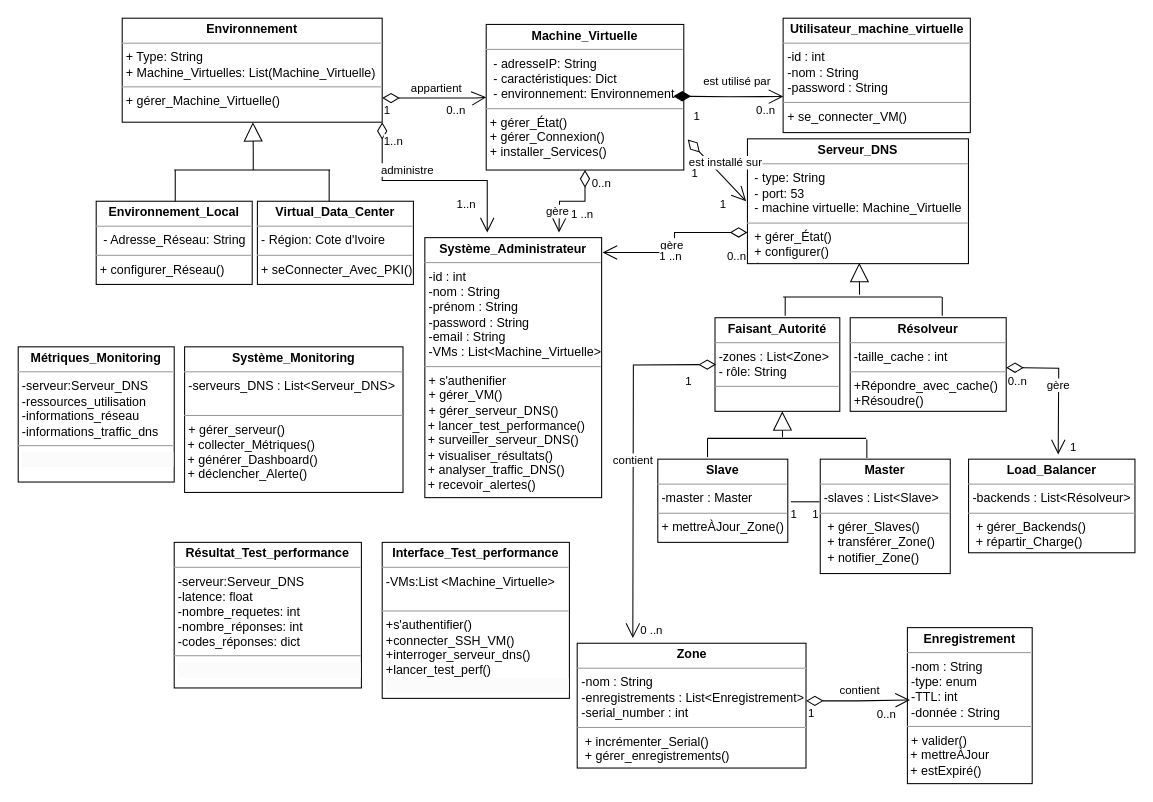
Above: Diagramme sans nom.drawio in eya-harbaoui/Diagramms (draw.io), before the change. Source tidied: cells renumbered, new cells numbered last; positions are measured from the earlier drawing's top-left corner, leaving out a move shared by most shapes. Both pictures are drawn from the tidied source at 104%, with x=0, y=0 at pixel (18, 18).
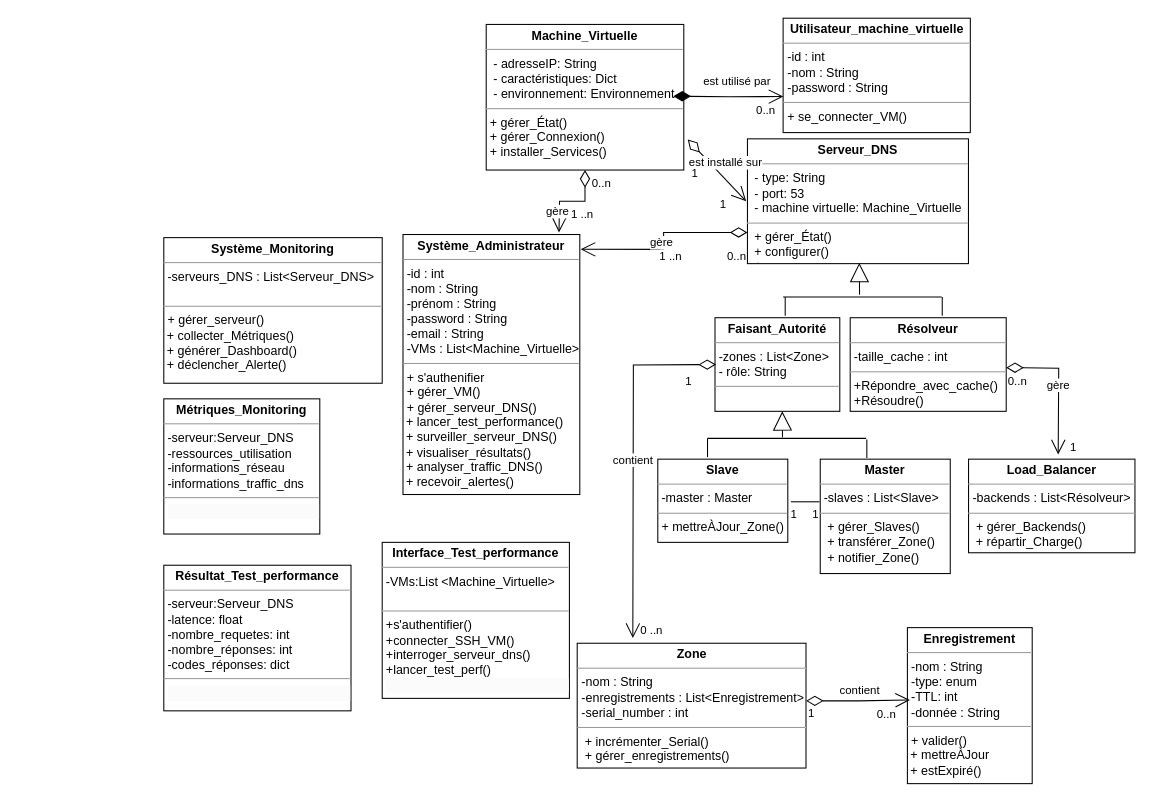
After the change.

Commit message:
Mettre à jour Diagramme sans nom.drawio

Unchanged cells that the change refers to:
```xml
<mxCell id="5" value="&lt;p style=&quot;margin:0px;margin-top:4px;text-align:center;&quot;&gt;&lt;b&gt;Machine_Virtuelle&lt;/b&gt;&lt;/p&gt;&lt;hr size=&quot;1&quot;&gt;&lt;p style=&quot;margin:0px;margin-left:4px;&quot;&gt;&amp;nbsp;- adresseIP: String&lt;br&gt;&lt;/p&gt;&lt;p style=&quot;margin:0px;margin-left:4px;&quot;&gt;&amp;nbsp;- caractéristiques: Dict&lt;/p&gt;&lt;p style=&quot;margin:0px;margin-left:4px;&quot;&gt;&amp;nbsp;- environnement: Environnement&lt;br&gt;&lt;/p&gt;&lt;hr size=&quot;1&quot;&gt;&lt;p style=&quot;margin:0px;margin-left:4px;&quot;&gt;+ gérer_État()&lt;/p&gt;&lt;p style=&quot;margin:0px;margin-left:4px;&quot;&gt;+ gérer_Connexion()&lt;/p&gt;&lt;p style=&quot;margin:0px;margin-left:4px;&quot;&gt;+ installer_Services()&lt;br&gt;&lt;/p&gt;" style="verticalAlign=top;align=left;overflow=fill;fontSize=12;fontFamily=Helvetica;html=1;rounded=0;shadow=0;comic=0;labelBackgroundColor=none;strokeWidth=1;" parent="1" vertex="1">
  <mxGeometry x="450" y="6" width="190" height="140" as="geometry" />
</mxCell>
```

Change to the diagram source:
```diff
@@
-    <mxCell id="2" value="&lt;p style=&quot;margin:0px;margin-top:4px;text-align:center;&quot;&gt;&lt;b&gt;Environnement&lt;/b&gt;&lt;/p&gt;&lt;hr size=&quot;1&quot;&gt;&lt;p style=&quot;margin:0px;margin-left:4px;&quot;&gt;+ Type: String&lt;br&gt;+ Machine_Virtuelles: List(Machine_Virtuelle)&lt;/p&gt;&lt;hr size=&quot;1&quot;&gt;&lt;p style=&quot;margin:0px;margin-left:4px;&quot;&gt;+ gérer_Machine_Virtuelle()&lt;br&gt;&lt;/p&gt;" style="verticalAlign=top;align=left;overflow=fill;fontSize=12;fontFamily=Helvetica;html=1;rounded=0;shadow=0;comic=0;labelBackgroundColor=none;strokeWidth=1;" parent="1" vertex="1">
-      <mxGeometry x="100" width="250" height="100" as="geometry" />
-    </mxCell>
-    <mxCell id="3" value="&lt;p style=&quot;margin:0px;margin-top:4px;text-align:center;&quot;&gt;&lt;b&gt;Environnement_Local&lt;/b&gt;&lt;/p&gt;&lt;hr size=&quot;1&quot;&gt;&lt;p style=&quot;margin:0px;margin-left:4px;&quot;&gt;&amp;nbsp;- Adresse_Réseau: String&lt;br&gt;&lt;/p&gt;&lt;hr size=&quot;1&quot;&gt;&lt;p style=&quot;margin:0px;margin-left:4px;&quot;&gt;+ configurer_Réseau()&lt;br&gt;&lt;br&gt;&lt;/p&gt;" style="verticalAlign=top;align=left;overflow=fill;fontSize=12;fontFamily=Helvetica;html=1;rounded=0;shadow=0;comic=0;labelBackgroundColor=none;strokeWidth=1;" parent="1" vertex="1">
-      <mxGeometry x="75" y="176" width="150" height="80" as="geometry" />
-    </mxCell>
-    <mxCell id="4" value="&lt;p style=&quot;margin:0px;margin-top:4px;text-align:center;&quot;&gt;&lt;b&gt;Virtual_Data_Center&lt;/b&gt;&lt;/p&gt;&lt;hr size=&quot;1&quot;&gt;&lt;p style=&quot;margin:0px;margin-left:4px;&quot;&gt;- Région: Cote d'Ivoire&lt;br&gt;&lt;/p&gt;&lt;hr size=&quot;1&quot;&gt;&lt;p style=&quot;margin:0px;margin-left:4px;&quot;&gt;+ seConnecter_Avec_PKI()&lt;br&gt;&lt;/p&gt;" style="verticalAlign=top;align=left;overflow=fill;fontSize=12;fontFamily=Helvetica;html=1;rounded=0;shadow=0;comic=0;labelBackgroundColor=none;strokeWidth=1;" parent="1" vertex="1">
-      <mxGeometry x="230" y="176" width="150" height="80" as="geometry" />
-    </mxCell>
@@
     <mxCell id="14" value="&lt;p style=&quot;margin:0px;margin-top:4px;text-align:center;&quot;&gt;&lt;b&gt;Système_Monitoring&lt;/b&gt;&lt;/p&gt;&lt;hr size=&quot;1&quot;&gt;&lt;p style=&quot;margin:0px;margin-left:4px;&quot;&gt;-serveurs_DNS : List&amp;lt;Serveur_DNS&amp;gt;&lt;/p&gt;&lt;p style=&quot;margin:0px;margin-left:4px;&quot;&gt;&lt;br&gt;&lt;/p&gt;&lt;hr size=&quot;1&quot;&gt;&lt;p style=&quot;margin:0px;margin-left:4px;&quot;&gt;&lt;span style=&quot;text-wrap: wrap; background-color: initial;&quot;&gt;+ gérer_serveur()&lt;/span&gt;&lt;/p&gt;&lt;span style=&quot;text-wrap: wrap;&quot;&gt;&amp;nbsp;+ collecter_Métriques()&lt;br&gt;&lt;/span&gt;&lt;span style=&quot;text-wrap: wrap;&quot;&gt;&amp;nbsp;+ générer_Dashboard()&lt;/span&gt;&lt;div&gt;&lt;span style=&quot;text-wrap: wrap;&quot;&gt;&amp;nbsp;+ déclencher_Alerte()&lt;/span&gt;&lt;/div&gt;" style="verticalAlign=top;align=left;overflow=fill;fontSize=12;fontFamily=Helvetica;html=1;rounded=0;shadow=0;comic=0;labelBackgroundColor=none;strokeWidth=1;" parent="1" vertex="1">
-      <mxGeometry x="160" y="316" width="210" height="140" as="geometry" />
+      <mxGeometry x="140" y="211" width="210" height="140" as="geometry" />
     </mxCell>
     <mxCell id="15" value="&lt;p style=&quot;margin:0px;margin-top:4px;text-align:center;&quot;&gt;&lt;b&gt;Système_Administrateur&lt;/b&gt;&lt;/p&gt;&lt;hr size=&quot;1&quot;&gt;&lt;p style=&quot;margin:0px;margin-left:4px;&quot;&gt;-id : int&lt;/p&gt;&lt;p style=&quot;margin:0px;margin-left:4px;&quot;&gt;-nom : String&lt;/p&gt;&lt;p style=&quot;margin:0px;margin-left:4px;&quot;&gt;-prénom : String&lt;/p&gt;&lt;p style=&quot;margin:0px;margin-left:4px;&quot;&gt;-password : String&lt;/p&gt;&lt;p style=&quot;margin:0px;margin-left:4px;&quot;&gt;-email : String&lt;/p&gt;&lt;p style=&quot;margin:0px;margin-left:4px;&quot;&gt;-VMs : List&amp;lt;Machine_Virtuelle&amp;gt;&lt;/p&gt;&lt;hr size=&quot;1&quot;&gt;&lt;p style=&quot;margin:0px;margin-left:4px;&quot;&gt;&lt;span style=&quot;forced-color-adjust: none; color: rgb(0, 0, 0); font-family: Helvetica; font-size: 12px; font-style: normal; font-variant-ligatures: normal; font-variant-caps: normal; font-weight: 400; letter-spacing: normal; orphans: 2; text-align: left; text-indent: 0px; text-transform: none; widows: 2; word-spacing: 0px; -webkit-text-stroke-width: 0px; white-space: normal; background-color: rgb(251, 251, 251); text-decoration-thickness: initial; text-decoration-style: initial; text-decoration-color: initial;&quot;&gt;&lt;/span&gt;&lt;/p&gt;&lt;p style=&quot;forced-color-adjust: none; color: rgb(0, 0, 0); font-family: Helvetica; font-size: 12px; font-style: normal; font-variant-ligatures: normal; font-variant-caps: normal; font-weight: 400; letter-spacing: normal; orphans: 2; text-align: left; text-indent: 0px; text-transform: none; widows: 2; word-spacing: 0px; -webkit-text-stroke-width: 0px; white-space: nowrap; text-decoration-thickness: initial; text-decoration-style: initial; text-decoration-color: initial; margin: 0px 0px 0px 4px;&quot;&gt;&lt;span style=&quot;forced-color-adjust: none; text-wrap: wrap;&quot;&gt;+ s'authenifier&lt;/span&gt;&lt;/p&gt;&lt;p style=&quot;forced-color-adjust: none; color: rgb(0, 0, 0); font-family: Helvetica; font-size: 12px; font-style: normal; font-variant-ligatures: normal; font-variant-caps: normal; font-weight: 400; letter-spacing: normal; orphans: 2; text-align: left; text-indent: 0px; text-transform: none; widows: 2; word-spacing: 0px; -webkit-text-stroke-width: 0px; white-space: nowrap; text-decoration-thickness: initial; text-decoration-style: initial; text-decoration-color: initial; margin: 0px 0px 0px 4px;&quot;&gt;&lt;span style=&quot;forced-color-adjust: none; text-wrap: wrap;&quot;&gt;+ gérer_VM()&lt;/span&gt;&lt;/p&gt;&lt;p style=&quot;margin:0px;margin-left:4px;&quot;&gt;&lt;span style=&quot;text-wrap: wrap;&quot;&gt;+ gérer_serveur_DNS()&lt;/span&gt;&lt;/p&gt;&lt;span style=&quot;text-wrap: wrap;&quot;&gt;&amp;nbsp;+ lancer_test_performance()&lt;br&gt;&lt;/span&gt;&lt;span style=&quot;text-wrap: wrap;&quot;&gt;&amp;nbsp;+ surveiller_serveur_DNS()&lt;/span&gt;&lt;div&gt;&lt;span style=&quot;text-wrap: wrap;&quot;&gt;&amp;nbsp;+ visualiser_résultats()&lt;/span&gt;&lt;/div&gt;&lt;div&gt;&lt;span style=&quot;text-wrap: wrap;&quot;&gt;&amp;nbsp;+ analyser_traffic_DNS()&lt;/span&gt;&lt;span style=&quot;text-wrap: wrap;&quot;&gt;&lt;br&gt;&lt;/span&gt;&lt;/div&gt;&lt;div&gt;&lt;span style=&quot;text-wrap: wrap;&quot;&gt;&amp;nbsp;+ recevoir_alertes()&lt;/span&gt;&lt;/div&gt;" style="verticalAlign=top;align=left;overflow=fill;fontSize=12;fontFamily=Helvetica;html=1;rounded=0;shadow=0;comic=0;labelBackgroundColor=none;strokeWidth=1;" parent="1" vertex="1">
-      <mxGeometry x="391" y="211" width="170" height="250" as="geometry" />
+      <mxGeometry x="370" y="208" width="170" height="250" as="geometry" />
     </mxCell>
@@
     <mxCell id="17" value="&lt;p style=&quot;margin:0px;margin-top:4px;text-align:center;&quot;&gt;&lt;b&gt;Résultat_Test_performance&lt;/b&gt;&lt;/p&gt;&lt;hr size=&quot;1&quot;&gt;&lt;p style=&quot;margin:0px;margin-left:4px;&quot;&gt;-serveur:Serveur_DNS&lt;/p&gt;&lt;p style=&quot;margin:0px;margin-left:4px;&quot;&gt;-latence: float&lt;/p&gt;&lt;p style=&quot;margin:0px;margin-left:4px;&quot;&gt;&lt;span style=&quot;background-color: initial;&quot;&gt;-nombre_requetes: int&lt;/span&gt;&lt;br&gt;&lt;/p&gt;&lt;p style=&quot;margin: 0px 0px 0px 4px;&quot;&gt;-nombre_réponses: int&lt;/p&gt;&lt;p style=&quot;margin: 0px 0px 0px 4px;&quot;&gt;-codes_réponses: dict&lt;/p&gt;&lt;hr size=&quot;1&quot;&gt;&lt;p style=&quot;margin:0px;margin-left:4px;&quot;&gt;&lt;span style=&quot;forced-color-adjust: none; color: rgb(0, 0, 0); font-family: Helvetica; font-size: 12px; font-style: normal; font-variant-ligatures: normal; font-variant-caps: normal; font-weight: 400; letter-spacing: normal; orphans: 2; text-align: left; text-indent: 0px; text-transform: none; widows: 2; word-spacing: 0px; -webkit-text-stroke-width: 0px; white-space: normal; background-color: rgb(251, 251, 251); text-decoration-thickness: initial; text-decoration-style: initial; text-decoration-color: initial;&quot;&gt;&lt;/span&gt;&lt;/p&gt;&lt;p style=&quot;forced-color-adjust: none; color: rgb(0, 0, 0); font-family: Helvetica; font-size: 12px; font-style: normal; font-variant-ligatures: normal; font-variant-caps: normal; font-weight: 400; letter-spacing: normal; orphans: 2; text-align: left; text-indent: 0px; text-transform: none; widows: 2; word-spacing: 0px; -webkit-text-stroke-width: 0px; white-space: nowrap; background-color: rgb(251, 251, 251); text-decoration-thickness: initial; text-decoration-style: initial; text-decoration-color: initial; margin: 0px 0px 0px 4px;&quot;&gt;&lt;br&gt;&lt;/p&gt;" style="verticalAlign=top;align=left;overflow=fill;fontSize=12;fontFamily=Helvetica;html=1;rounded=0;shadow=0;comic=0;labelBackgroundColor=none;strokeWidth=1;" parent="1" vertex="1">
-      <mxGeometry x="150" y="504" width="180" height="140" as="geometry" />
+      <mxGeometry x="140" y="526" width="180" height="140" as="geometry" />
     </mxCell>
     <mxCell id="18" value="&lt;p style=&quot;margin:0px;margin-top:4px;text-align:center;&quot;&gt;&lt;b&gt;Métriques_Monitoring&lt;/b&gt;&lt;/p&gt;&lt;hr size=&quot;1&quot;&gt;&lt;p style=&quot;margin:0px;margin-left:4px;&quot;&gt;-serveur:Serveur_DNS&lt;/p&gt;&lt;p style=&quot;margin:0px;margin-left:4px;&quot;&gt;-ressources_utilisation&lt;/p&gt;&lt;p style=&quot;margin:0px;margin-left:4px;&quot;&gt;&lt;span style=&quot;background-color: initial;&quot;&gt;-informations_réseau&lt;/span&gt;&lt;br&gt;&lt;/p&gt;&lt;p style=&quot;margin: 0px 0px 0px 4px;&quot;&gt;-informations_traffic_dns&lt;/p&gt;&lt;hr size=&quot;1&quot;&gt;&lt;p style=&quot;margin:0px;margin-left:4px;&quot;&gt;&lt;span style=&quot;forced-color-adjust: none; color: rgb(0, 0, 0); font-family: Helvetica; font-size: 12px; font-style: normal; font-variant-ligatures: normal; font-variant-caps: normal; font-weight: 400; letter-spacing: normal; orphans: 2; text-align: left; text-indent: 0px; text-transform: none; widows: 2; word-spacing: 0px; -webkit-text-stroke-width: 0px; white-space: normal; background-color: rgb(251, 251, 251); text-decoration-thickness: initial; text-decoration-style: initial; text-decoration-color: initial;&quot;&gt;&lt;/span&gt;&lt;/p&gt;&lt;p style=&quot;forced-color-adjust: none; color: rgb(0, 0, 0); font-family: Helvetica; font-size: 12px; font-style: normal; font-variant-ligatures: normal; font-variant-caps: normal; font-weight: 400; letter-spacing: normal; orphans: 2; text-align: left; text-indent: 0px; text-transform: none; widows: 2; word-spacing: 0px; -webkit-text-stroke-width: 0px; white-space: nowrap; background-color: rgb(251, 251, 251); text-decoration-thickness: initial; text-decoration-style: initial; text-decoration-color: initial; margin: 0px 0px 0px 4px;&quot;&gt;&lt;br&gt;&lt;/p&gt;" style="verticalAlign=top;align=left;overflow=fill;fontSize=12;fontFamily=Helvetica;html=1;rounded=0;shadow=0;comic=0;labelBackgroundColor=none;strokeWidth=1;" parent="1" vertex="1">
-      <mxGeometry y="316" width="150" height="130" as="geometry" />
+      <mxGeometry x="140" y="366" width="150" height="130" as="geometry" />
     </mxCell>
-    <mxCell id="19" style="group;" parent="1" vertex="1">
-      <mxGeometry x="150" y="126" width="150" height="50" as="geometry" />
-    </mxCell>
-    <mxCell id="20" style="endArrow=none;html=1;rounded=0;" parent="19" edge="1">
-      <mxGeometry relative="1" as="geometry">
-        <mxPoint x="1" y="20" as="sourcePoint" />
-        <mxPoint x="1" y="50" as="targetPoint" />
-      </mxGeometry>
-    </mxCell>
-    <mxCell id="21" style="endArrow=none;html=1;rounded=0;" parent="19" edge="1">
-      <mxGeometry relative="1" as="geometry">
-        <mxPoint x="149" y="20" as="sourcePoint" />
-        <mxPoint x="149" y="50" as="targetPoint" />
-      </mxGeometry>
-    </mxCell>
-    <mxCell id="22" style="group;" parent="19" vertex="1">
-      <mxGeometry width="150" height="20" as="geometry" />
-    </mxCell>
-    <mxCell id="23" style="endArrow=block;endSize=16;endFill=0;html=1;rounded=0;" parent="22" edge="1" target="2">
-      <mxGeometry relative="1" as="geometry">
-        <mxPoint x="76" y="20" as="sourcePoint" />
-        <Array as="points">
-          <mxPoint x="76" />
-        </Array>
-      </mxGeometry>
-    </mxCell>
-    <mxCell id="24" style="endArrow=none;html=1;rounded=0;" parent="22" edge="1">
-      <mxGeometry relative="1" as="geometry">
-        <mxPoint y="20" as="sourcePoint" />
-        <mxPoint x="150" y="20" as="targetPoint" />
-      </mxGeometry>
-    </mxCell>
-    <mxCell id="25" value="appartient" style="endArrow=open;html=1;endSize=12;startArrow=diamondThin;startSize=14;startFill=0;edgeStyle=orthogonalEdgeStyle;rounded=0;entryX=0;entryY=0.5;entryDx=0;entryDy=0;" parent="1" edge="1" target="5">
-      <mxGeometry x="0.03" y="10" relative="1" as="geometry">
-        <mxPoint x="350" y="76.8" as="sourcePoint" />
-        <Array as="points">
-          <mxPoint x="440" y="77" />
-        </Array>
-      </mxGeometry>
-    </mxCell>
-    <mxCell id="26" value="1" style="edgeLabel;html=1;align=left;verticalAlign=top;" parent="25" vertex="1">
-      <mxGeometry x="-1" relative="1" as="geometry">
-        <mxPoint y="-1" as="offset" />
-      </mxGeometry>
-    </mxCell>
-    <mxCell id="27" value="1" style="edgeLabel;html=1;align=right;verticalAlign=top;" parent="25" vertex="1">
-      <mxGeometry x="1" relative="1" as="geometry">
-        <mxPoint x="206" y="5" as="offset" />
-      </mxGeometry>
-    </mxCell>
@@
-    <mxCell id="34" value="administre" style="endArrow=open;html=1;endSize=12;startArrow=diamondThin;startSize=14;startFill=0;edgeStyle=orthogonalEdgeStyle;rounded=0;elbow=vertical;align=right;exitX=1;exitY=1;exitDx=0;exitDy=0;" parent="1" edge="1" source="2">
-      <mxGeometry x="0.03" y="10" relative="1" as="geometry">
-        <mxPoint x="451" y="206" as="targetPoint" />
-        <Array as="points">
-          <mxPoint x="350" y="156" />
-          <mxPoint x="451" y="156" />
-        </Array>
-      </mxGeometry>
-    </mxCell>
-    <mxCell id="35" value="1..n" style="edgeLabel;html=1;align=left;verticalAlign=top;" parent="34" vertex="1">
-      <mxGeometry x="-1" relative="1" as="geometry">
-        <mxPoint y="5" as="offset" />
-      </mxGeometry>
-    </mxCell>
-    <mxCell id="36" value="0..n" style="edgeLabel;html=1;align=left;verticalAlign=top;" parent="1" vertex="1">
-      <mxGeometry x="410" y="76" as="geometry" />
-    </mxCell>
-    <mxCell id="37" value="1..n" style="edgeLabel;html=1;align=left;verticalAlign=top;" parent="1" vertex="1">
-      <mxGeometry x="420" y="166" as="geometry" />
-    </mxCell>
```
